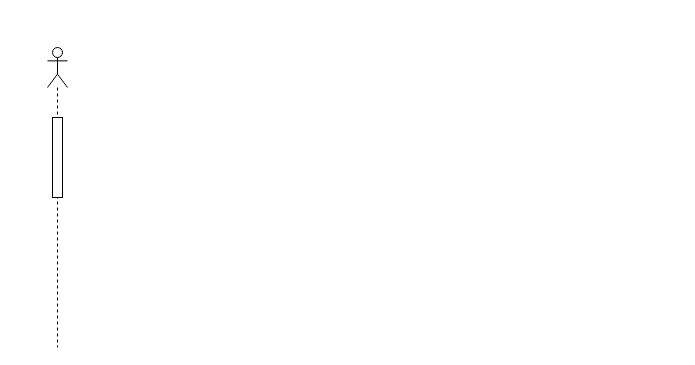
Before: Sequence1.drawio in Tabisch/DarwIO, a draw.io diagram. Source tidied: cells renumbered, new cells numbered last; positions are measured from the earlier drawing's top-left corner, leaving out a move shared by most shapes. Both pictures are drawn from the tidied source at 100%, with x=0, y=0 at pixel (47, 47).
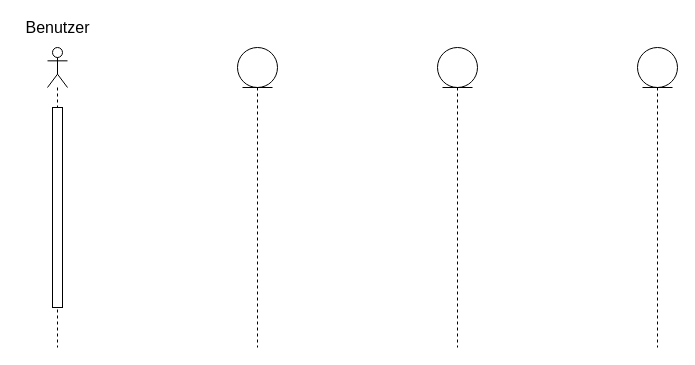
Above is the later version.

Diff of the diagram source:
```diff
@@
 <mxGraphModel>
   <root>
     <mxCell id="0" />
     <mxCell id="1" parent="0" />
     <mxCell id="2" style="shape=umlLifeline;participant=umlActor;perimeter=lifelinePerimeter;whiteSpace=wrap;html=1;verticalAlign=top;spacingTop=36;fontSize=16;" parent="1" vertex="1">
       <mxGeometry width="20" height="300" as="geometry" />
     </mxCell>
     <mxCell id="3" style="html=1;perimeter=orthogonalPerimeter;fontSize=16;" parent="2" vertex="1">
-      <mxGeometry x="5" y="70" width="10" height="80" as="geometry" />
+      <mxGeometry x="5" y="60" width="10" height="200" as="geometry" />
     </mxCell>
+    <mxCell id="4" style="shape=umlLifeline;participant=umlEntity;perimeter=lifelinePerimeter;whiteSpace=wrap;html=1;verticalAlign=top;spacingTop=36;fontSize=16;" parent="1" vertex="1">
+      <mxGeometry x="190" width="40" height="300" as="geometry" />
+    </mxCell>
+    <mxCell id="5" style="shape=umlLifeline;participant=umlEntity;perimeter=lifelinePerimeter;whiteSpace=wrap;html=1;verticalAlign=top;spacingTop=36;fontSize=16;" parent="1" vertex="1">
+      <mxGeometry x="390" width="40" height="300" as="geometry" />
+    </mxCell>
+    <mxCell id="6" style="shape=umlLifeline;participant=umlEntity;perimeter=lifelinePerimeter;whiteSpace=wrap;html=1;verticalAlign=top;spacingTop=36;fontSize=16;" parent="1" vertex="1">
+      <mxGeometry x="590" width="40" height="300" as="geometry" />
+    </mxCell>
+    <mxCell id="7" value="&lt;div&gt;Benutzer&lt;/div&gt;" style="text;html=1;align=center;verticalAlign=middle;fillColor=none;strokeColor=none;rounded=0;fontSize=16;" parent="1" vertex="1">
+      <mxGeometry x="-30" y="-30" width="80" height="20" as="geometry" />
+    </mxCell>
   </root>
 </mxGraphModel>
```
